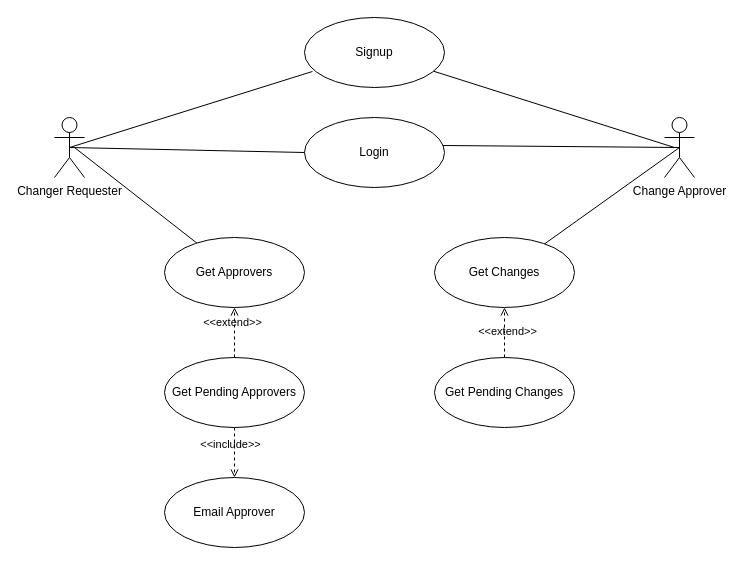
ramonventoso/change-ticket-supporter keeps this draw.io diagram as usecases.drawio. Above is the earlier version. Source tidied: cells renumbered, new cells numbered last; positions are measured from the earlier drawing's top-left corner, leaving out a move shared by most shapes. Both pictures are drawn from the tidied source at 100%, with x=0, y=0 at pixel (54, 17).
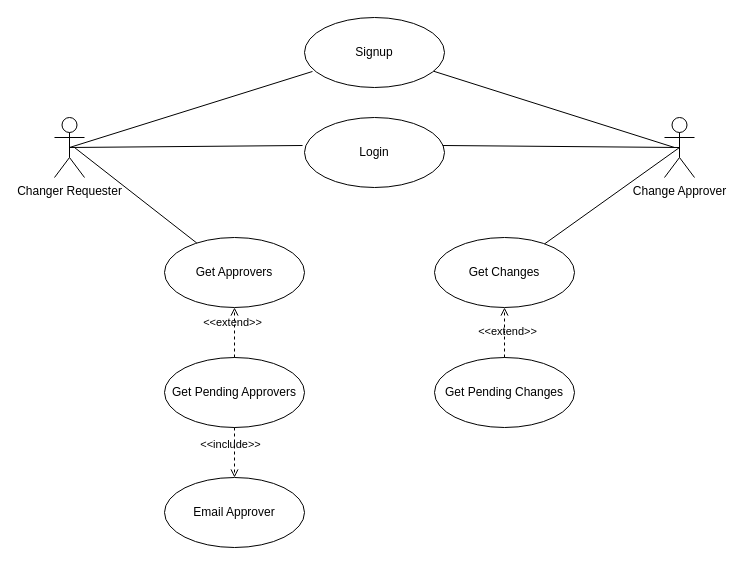
Above is the later version.

The change refers to these unchanged cells:
```xml
<mxCell id="2" value="Changer Requester" style="shape=umlActor;verticalLabelPosition=bottom;verticalAlign=top;html=1;" parent="1" vertex="1">
  <mxGeometry y="100" width="30" height="60" as="geometry" />
</mxCell>
<mxCell id="5" value="Login" style="ellipse;whiteSpace=wrap;html=1;" parent="1" vertex="1">
  <mxGeometry x="250" y="100" width="140" height="70" as="geometry" />
</mxCell>
```

Change to the diagram source:
```diff
@@
-    <mxCell id="10" style="endArrow=none;html=1;exitX=0.5;exitY=0.5;exitDx=0;exitDy=0;entryX=0;entryY=0.5;entryDx=0;entryDy=0;exitPerimeter=0;" parent="1" edge="1" source="2" target="5">
+    <mxCell id="10" style="endArrow=none;html=1;exitX=0.5;exitY=0.5;exitDx=0;exitDy=0;exitPerimeter=0;entryX=-0.014;entryY=0.4;entryDx=0;entryDy=0;entryPerimeter=0;" parent="1" edge="1" source="2" target="5">
       <mxGeometry relative="1" as="geometry" />
     </mxCell>
```
